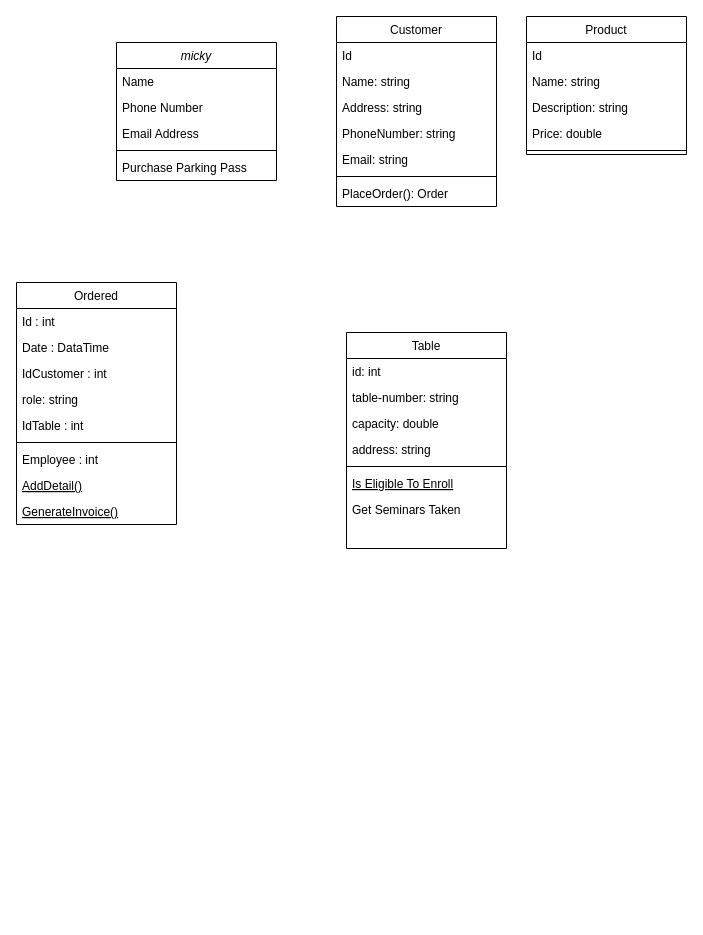
KevinAlvarezD/RestAdmin keeps this draw.io diagram as Documents/Diagrama sin título.drawio. Above is the earlier version. Source tidied: cells renumbered, new cells numbered last; positions are measured from the earlier drawing's top-left corner, leaving out a move shared by most shapes. Both pictures are drawn from the tidied source at 100%, with x=0, y=0 at pixel (16, 16).
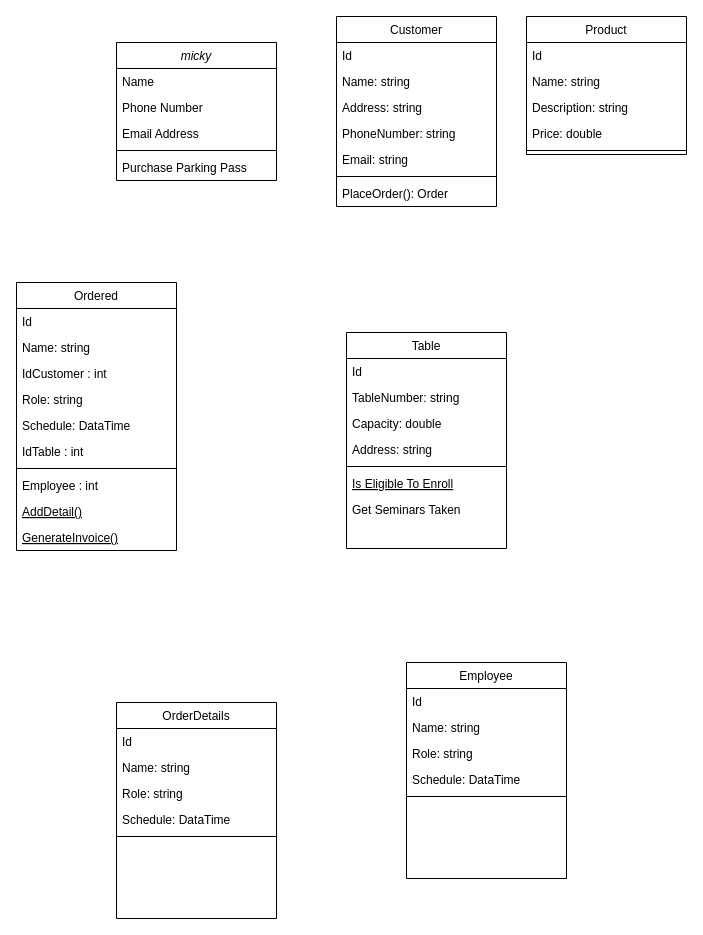
The same page after the edit.

Unchanged cells that the change refers to:
```xml
<mxCell id="26" value="Table" style="swimlane;fontStyle=0;align=center;verticalAlign=top;horizontal=1;startSize=26;rounded=0;shadow=0;strokeWidth=1;" parent="1" vertex="1">
  <mxGeometry x="330" y="316" width="160" height="216" as="geometry" />
</mxCell>
```

Diff of the diagram source:
```diff
@@
     <mxCell id="8" value="Ordered" style="swimlane;fontStyle=0;align=center;verticalAlign=top;horizontal=1;startSize=26;rounded=0;shadow=0;strokeWidth=1;" parent="1" vertex="1">
-      <mxGeometry y="266" width="160" height="242" as="geometry" />
+      <mxGeometry y="266" width="160" height="268" as="geometry" />
     </mxCell>
-    <mxCell id="9" value="Id : int" style="text;align=left;verticalAlign=top;spacingLeft=4;spacingRight=4;overflow=hidden;" parent="8" vertex="1">
+    <mxCell id="9" value="Id" style="text;align=left;verticalAlign=top;spacingLeft=4;spacingRight=4;overflow=hidden;" parent="8" vertex="1">
       <mxGeometry y="26" width="160" height="26" as="geometry" />
     </mxCell>
-    <mxCell id="10" value="Date : DataTime" style="text;align=left;verticalAlign=top;spacingLeft=4;spacingRight=4;overflow=hidden;rounded=0;shadow=0;html=0;" parent="8" vertex="1">
+    <mxCell id="10" value="Name: string" style="text;align=left;verticalAlign=top;spacingLeft=4;spacingRight=4;overflow=hidden;rounded=0;shadow=0;html=0;" parent="8" vertex="1">
       <mxGeometry y="52" width="160" height="26" as="geometry" />
     </mxCell>
@@
-    <mxCell id="12" value="role: string" style="text;align=left;verticalAlign=top;spacingLeft=4;spacingRight=4;overflow=hidden;rounded=0;shadow=0;html=0;" parent="8" vertex="1">
+    <mxCell id="12" value="Role: string" style="text;align=left;verticalAlign=top;spacingLeft=4;spacingRight=4;overflow=hidden;rounded=0;shadow=0;html=0;" parent="8" vertex="1">
       <mxGeometry y="104" width="160" height="26" as="geometry" />
     </mxCell>
+    <mxCell id="40" value="Schedule: DataTime" style="text;align=left;verticalAlign=top;spacingLeft=4;spacingRight=4;overflow=hidden;rounded=0;shadow=0;html=0;" parent="8" vertex="1">
+      <mxGeometry y="130" width="160" height="26" as="geometry" />
+    </mxCell>
     <mxCell id="13" value="IdTable : int" style="text;align=left;verticalAlign=top;spacingLeft=4;spacingRight=4;overflow=hidden;rounded=0;shadow=0;html=0;" parent="8" vertex="1">
-      <mxGeometry y="130" width="160" height="26" as="geometry" />
+      <mxGeometry y="156" width="160" height="26" as="geometry" />
     </mxCell>
     <mxCell id="14" style="line;html=1;strokeWidth=1;align=left;verticalAlign=middle;spacingTop=-1;spacingLeft=3;spacingRight=3;labelPosition=right;" parent="8" vertex="1">
-      <mxGeometry y="156" width="160" height="8" as="geometry" />
+      <mxGeometry y="182" width="160" height="8" as="geometry" />
     </mxCell>
     <mxCell id="15" value="Employee : int" style="text;align=left;verticalAlign=top;spacingLeft=4;spacingRight=4;overflow=hidden;rounded=0;shadow=0;html=0;" parent="8" vertex="1">
-      <mxGeometry y="164" width="160" height="26" as="geometry" />
+      <mxGeometry y="190" width="160" height="26" as="geometry" />
     </mxCell>
     <mxCell id="16" value="AddDetail()" style="text;align=left;verticalAlign=top;spacingLeft=4;spacingRight=4;overflow=hidden;fontStyle=4;" parent="8" vertex="1">
-      <mxGeometry y="190" width="160" height="26" as="geometry" />
+      <mxGeometry y="216" width="160" height="26" as="geometry" />
     </mxCell>
     <mxCell id="17" value="GenerateInvoice()" style="text;align=left;verticalAlign=top;spacingLeft=4;spacingRight=4;overflow=hidden;fontStyle=4;" parent="8" vertex="1">
-      <mxGeometry y="216" width="160" height="26" as="geometry" />
+      <mxGeometry y="242" width="160" height="26" as="geometry" />
     </mxCell>
@@
-    <mxCell id="27" value="id: int" style="text;align=left;verticalAlign=top;spacingLeft=4;spacingRight=4;overflow=hidden;" parent="26" vertex="1">
+    <mxCell id="27" value="Id" style="text;align=left;verticalAlign=top;spacingLeft=4;spacingRight=4;overflow=hidden;" parent="26" vertex="1">
       <mxGeometry y="26" width="160" height="26" as="geometry" />
     </mxCell>
-    <mxCell id="28" value="table-number: string" style="text;align=left;verticalAlign=top;spacingLeft=4;spacingRight=4;overflow=hidden;rounded=0;shadow=0;html=0;" parent="26" vertex="1">
+    <mxCell id="28" value="TableNumber: string" style="text;align=left;verticalAlign=top;spacingLeft=4;spacingRight=4;overflow=hidden;rounded=0;shadow=0;html=0;" parent="26" vertex="1">
       <mxGeometry y="52" width="160" height="26" as="geometry" />
     </mxCell>
-    <mxCell id="29" value="capacity: double" style="text;align=left;verticalAlign=top;spacingLeft=4;spacingRight=4;overflow=hidden;rounded=0;shadow=0;html=0;" parent="26" vertex="1">
+    <mxCell id="29" value="Capacity: double" style="text;align=left;verticalAlign=top;spacingLeft=4;spacingRight=4;overflow=hidden;rounded=0;shadow=0;html=0;" parent="26" vertex="1">
       <mxGeometry y="78" width="160" height="26" as="geometry" />
     </mxCell>
-    <mxCell id="30" value="address: string" style="text;align=left;verticalAlign=top;spacingLeft=4;spacingRight=4;overflow=hidden;rounded=0;shadow=0;html=0;" parent="26" vertex="1">
+    <mxCell id="30" value="Address: string" style="text;align=left;verticalAlign=top;spacingLeft=4;spacingRight=4;overflow=hidden;rounded=0;shadow=0;html=0;" parent="26" vertex="1">
       <mxGeometry y="104" width="160" height="26" as="geometry" />
     </mxCell>
@@
+    <mxCell id="41" value="Employee" style="swimlane;fontStyle=0;align=center;verticalAlign=top;horizontal=1;startSize=26;rounded=0;shadow=0;strokeWidth=1;" parent="1" vertex="1">
+      <mxGeometry x="390" y="646" width="160" height="216" as="geometry" />
+    </mxCell>
+    <mxCell id="42" value="Id" style="text;align=left;verticalAlign=top;spacingLeft=4;spacingRight=4;overflow=hidden;" parent="41" vertex="1">
+      <mxGeometry y="26" width="160" height="26" as="geometry" />
+    </mxCell>
+    <mxCell id="43" value="Name: string" style="text;align=left;verticalAlign=top;spacingLeft=4;spacingRight=4;overflow=hidden;rounded=0;shadow=0;html=0;" parent="41" vertex="1">
+      <mxGeometry y="52" width="160" height="26" as="geometry" />
+    </mxCell>
+    <mxCell id="44" value="Role: string" style="text;align=left;verticalAlign=top;spacingLeft=4;spacingRight=4;overflow=hidden;rounded=0;shadow=0;html=0;" parent="41" vertex="1">
+      <mxGeometry y="78" width="160" height="26" as="geometry" />
+    </mxCell>
+    <mxCell id="45" value="Schedule: DataTime" style="text;align=left;verticalAlign=top;spacingLeft=4;spacingRight=4;overflow=hidden;rounded=0;shadow=0;html=0;" parent="41" vertex="1">
+      <mxGeometry y="104" width="160" height="26" as="geometry" />
+    </mxCell>
+    <mxCell id="46" style="line;html=1;strokeWidth=1;align=left;verticalAlign=middle;spacingTop=-1;spacingLeft=3;spacingRight=3;labelPosition=right;" parent="41" vertex="1">
+      <mxGeometry y="130" width="160" height="8" as="geometry" />
+    </mxCell>
@@
+    <mxCell id="47" value="OrderDetails" style="swimlane;fontStyle=0;align=center;verticalAlign=top;horizontal=1;startSize=26;rounded=0;shadow=0;strokeWidth=1;" parent="1" vertex="1">
+      <mxGeometry x="100" y="686" width="160" height="216" as="geometry" />
+    </mxCell>
+    <mxCell id="48" value="Id" style="text;align=left;verticalAlign=top;spacingLeft=4;spacingRight=4;overflow=hidden;" parent="47" vertex="1">
+      <mxGeometry y="26" width="160" height="26" as="geometry" />
+    </mxCell>
+    <mxCell id="49" value="Name: string" style="text;align=left;verticalAlign=top;spacingLeft=4;spacingRight=4;overflow=hidden;rounded=0;shadow=0;html=0;" parent="47" vertex="1">
+      <mxGeometry y="52" width="160" height="26" as="geometry" />
+    </mxCell>
+    <mxCell id="50" value="Role: string" style="text;align=left;verticalAlign=top;spacingLeft=4;spacingRight=4;overflow=hidden;rounded=0;shadow=0;html=0;" parent="47" vertex="1">
+      <mxGeometry y="78" width="160" height="26" as="geometry" />
+    </mxCell>
+    <mxCell id="51" value="Schedule: DataTime" style="text;align=left;verticalAlign=top;spacingLeft=4;spacingRight=4;overflow=hidden;rounded=0;shadow=0;html=0;" parent="47" vertex="1">
+      <mxGeometry y="104" width="160" height="26" as="geometry" />
+    </mxCell>
+    <mxCell id="52" style="line;html=1;strokeWidth=1;align=left;verticalAlign=middle;spacingTop=-1;spacingLeft=3;spacingRight=3;labelPosition=right;" parent="47" vertex="1">
+      <mxGeometry y="130" width="160" height="8" as="geometry" />
+    </mxCell>
```
